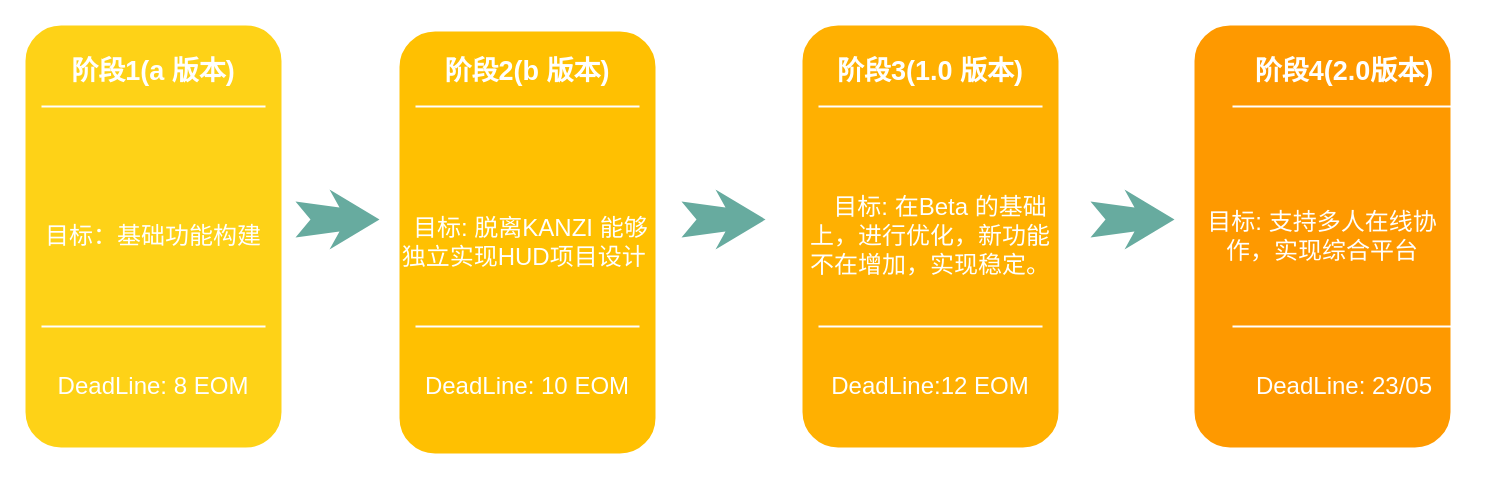
The draw.io diagram 版本规划.drawio in Evan2698/WorkFlowItem, before the edit. Source tidied: cells renumbered, new cells numbered last; positions are measured from the earlier drawing's top-left corner, leaving out a move shared by most shapes. Both pictures are drawn from the tidied source at 100%, with x=0, y=0 at pixel (21, 21).
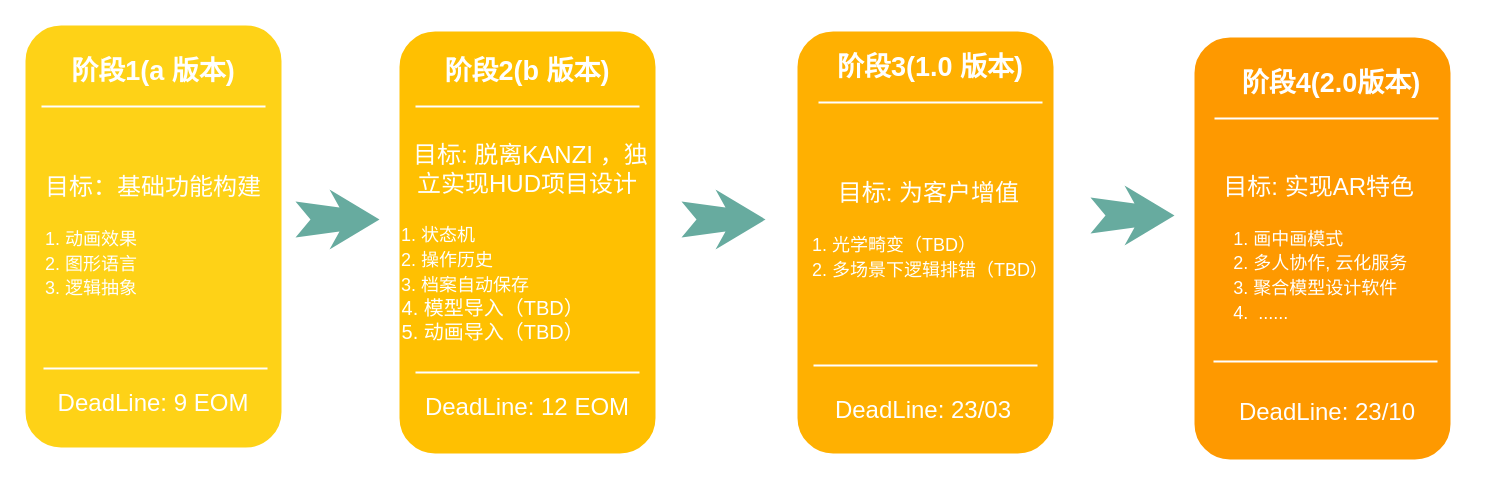
The same page after the edit.

Commit message:
更新版本规划.drawio

What changed in the source:
```diff
@@
-    <mxCell id="2" value="&lt;font color=&quot;#ffffff&quot; style=&quot;font-size: 24px;&quot;&gt;目标：基础功能构建&lt;/font&gt;" style="whiteSpace=wrap;html=1;rounded=1;shadow=0;strokeWidth=8;fontSize=20;align=center;fillColor=#FED217;strokeColor=#FFFFFF;" parent="1" vertex="1">
+    <mxCell id="2" value="&lt;font color=&quot;#ffffff&quot; style=&quot;&quot;&gt;&lt;span style=&quot;font-size: 24px;&quot;&gt;目标：基础功能构建&lt;br&gt;&lt;/span&gt;&lt;br&gt;&lt;div style=&quot;text-align: left;&quot;&gt;&lt;span style=&quot;background-color: initial;&quot;&gt;&lt;font style=&quot;font-size: 18px;&quot;&gt;1. 动画效果&lt;/font&gt;&lt;/span&gt;&lt;/div&gt;&lt;div style=&quot;text-align: left;&quot;&gt;&lt;span style=&quot;background-color: initial;&quot;&gt;&lt;font style=&quot;font-size: 18px;&quot;&gt;2. 图形语言&lt;/font&gt;&lt;/span&gt;&lt;/div&gt;&lt;div style=&quot;text-align: left;&quot;&gt;&lt;span style=&quot;background-color: initial;&quot;&gt;&lt;font style=&quot;font-size: 18px;&quot;&gt;3. 逻辑抽象&lt;/font&gt;&lt;/span&gt;&lt;/div&gt;&lt;/font&gt;" style="whiteSpace=wrap;html=1;rounded=1;shadow=0;strokeWidth=8;fontSize=20;align=center;fillColor=#FED217;strokeColor=#FFFFFF;" parent="1" vertex="1">
       <mxGeometry width="264" height="430" as="geometry" />
     </mxCell>
@@
-    <mxCell id="4" value="&lt;font style=&quot;font-size: 24px;&quot;&gt;DeadLine: 8 EOM&lt;/font&gt;" style="text;html=1;strokeColor=none;fillColor=none;align=center;verticalAlign=middle;whiteSpace=wrap;rounded=0;shadow=0;fontSize=14;fontColor=#FFFFFF;" parent="1" vertex="1">
-      <mxGeometry y="320" width="264" height="90" as="geometry" />
+    <mxCell id="4" value="&lt;font style=&quot;font-size: 24px;&quot;&gt;DeadLine: 9 EOM&lt;/font&gt;" style="text;html=1;strokeColor=none;fillColor=none;align=center;verticalAlign=middle;whiteSpace=wrap;rounded=0;shadow=0;fontSize=14;fontColor=#FFFFFF;" parent="1" vertex="1">
+      <mxGeometry y="349" width="264" height="65" as="geometry" />
     </mxCell>
@@
     <mxCell id="6" style="line;strokeWidth=2;html=1;rounded=0;shadow=0;fontSize=27;align=center;fillColor=none;strokeColor=#FFFFFF;" parent="1" vertex="1">
-      <mxGeometry x="20" y="300" width="224" height="10" as="geometry" />
+      <mxGeometry x="22" y="342" width="224" height="10" as="geometry" />
     </mxCell>
@@
-    <mxCell id="8" value="&lt;font color=&quot;#ffffff&quot; style=&quot;font-size: 24px;&quot;&gt;&amp;nbsp;目标: 脱离KANZI 能够独立实现HUD项目设计&amp;nbsp;&lt;/font&gt;" style="whiteSpace=wrap;html=1;rounded=1;shadow=0;strokeWidth=8;fontSize=20;align=center;fillColor=#FFC001;strokeColor=#FFFFFF;" parent="1" vertex="1">
+    <mxCell id="8" value="&lt;font color=&quot;#ffffff&quot; style=&quot;&quot;&gt;&lt;span style=&quot;font-size: 24px;&quot;&gt;&amp;nbsp;目标: 脱离KANZI ，独立实现HUD项目设计&lt;br&gt;&lt;/span&gt;&lt;br&gt;&lt;div style=&quot;text-align: left;&quot;&gt;&lt;span style=&quot;font-size: 18px; background-color: initial;&quot;&gt;&amp;nbsp;1. 状态机&lt;/span&gt;&lt;/div&gt;&lt;div style=&quot;text-align: left;&quot;&gt;&lt;span style=&quot;font-size: 18px; background-color: initial;&quot;&gt;&amp;nbsp;2. 操作历史&lt;/span&gt;&lt;/div&gt;&lt;div style=&quot;text-align: left;&quot;&gt;&lt;span style=&quot;font-size: 18px; background-color: initial;&quot;&gt;&amp;nbsp;3. 档案自动保存&lt;/span&gt;&lt;/div&gt;&lt;div style=&quot;text-align: left;&quot;&gt;&amp;nbsp;4. 模型导入（TBD）&lt;/div&gt;&lt;div style=&quot;text-align: left;&quot;&gt;&amp;nbsp;5. 动画导入（TBD）&amp;nbsp;&lt;/div&gt;&lt;/font&gt;" style="whiteSpace=wrap;html=1;rounded=1;shadow=0;strokeWidth=8;fontSize=20;align=center;fillColor=#FFC001;strokeColor=#FFFFFF;" parent="1" vertex="1">
       <mxGeometry x="374" y="6" width="264" height="430" as="geometry" />
     </mxCell>
@@
-    <mxCell id="10" value="&lt;span style=&quot;font-size: 24px;&quot;&gt;DeadLine&lt;/span&gt;&lt;span style=&quot;font-size: 24px;&quot;&gt;: 10 EOM&lt;/span&gt;" style="text;html=1;strokeColor=none;fillColor=none;align=center;verticalAlign=middle;whiteSpace=wrap;rounded=0;shadow=0;fontSize=14;fontColor=#FFFFFF;" parent="1" vertex="1">
-      <mxGeometry x="374" y="320" width="264" height="90" as="geometry" />
+    <mxCell id="10" value="&lt;span style=&quot;font-size: 24px;&quot;&gt;DeadLine&lt;/span&gt;&lt;span style=&quot;font-size: 24px;&quot;&gt;: 12 EOM&lt;/span&gt;" style="text;html=1;strokeColor=none;fillColor=none;align=center;verticalAlign=middle;whiteSpace=wrap;rounded=0;shadow=0;fontSize=14;fontColor=#FFFFFF;" parent="1" vertex="1">
+      <mxGeometry x="374" y="359" width="264" height="54" as="geometry" />
     </mxCell>
@@
     <mxCell id="12" style="line;strokeWidth=2;html=1;rounded=0;shadow=0;fontSize=27;align=center;fillColor=none;strokeColor=#FFFFFF;" parent="1" vertex="1">
-      <mxGeometry x="394" y="300" width="224" height="10" as="geometry" />
+      <mxGeometry x="394" y="346" width="224" height="10" as="geometry" />
     </mxCell>
-    <mxCell id="13" value="&lt;font color=&quot;#ffffff&quot; style=&quot;font-size: 24px;&quot;&gt;&amp;nbsp; &amp;nbsp;目标: 在Beta 的基础上，进行优化，新功能不在增加，实现稳定。&lt;/font&gt;" style="whiteSpace=wrap;html=1;rounded=1;shadow=0;strokeWidth=8;fontSize=20;align=center;fillColor=#FFB001;strokeColor=#FFFFFF;" parent="1" vertex="1">
-      <mxGeometry x="777" width="264" height="430" as="geometry" />
+    <mxCell id="13" value="&lt;font color=&quot;#ffffff&quot; style=&quot;&quot;&gt;&lt;span style=&quot;font-size: 24px;&quot;&gt;&amp;nbsp;目标: 为客户增值&lt;br&gt;&lt;/span&gt;&lt;br&gt;&lt;div style=&quot;text-align: left;&quot;&gt;&lt;span style=&quot;font-size: 18px; background-color: initial;&quot;&gt;&amp;nbsp; &amp;nbsp;1. 光学畸变（TBD）&lt;/span&gt;&lt;/div&gt;&lt;div style=&quot;text-align: left;&quot;&gt;&lt;span style=&quot;background-color: initial; font-size: 18px;&quot;&gt;&amp;nbsp; &amp;nbsp;2. 多场景下逻辑排错（TBD）&amp;nbsp;&lt;/span&gt;&lt;/div&gt;&lt;div style=&quot;text-align: left;&quot;&gt;&lt;span style=&quot;font-size: 18px;&quot;&gt;&amp;nbsp;&amp;nbsp;&lt;/span&gt;&lt;/div&gt;&lt;/font&gt;" style="whiteSpace=wrap;html=1;rounded=1;shadow=0;strokeWidth=8;fontSize=20;align=center;fillColor=#FFB001;strokeColor=#FFFFFF;" parent="1" vertex="1">
+      <mxGeometry x="772" y="6" width="264" height="430" as="geometry" />
     </mxCell>
     <mxCell id="14" value="阶段3(1.0 版本)" style="text;html=1;strokeColor=none;fillColor=none;align=center;verticalAlign=middle;whiteSpace=wrap;rounded=0;shadow=0;fontSize=27;fontColor=#FFFFFF;fontStyle=1;" parent="1" vertex="1">
-      <mxGeometry x="777" y="20" width="264" height="60" as="geometry" />
+      <mxGeometry x="777" y="16" width="264" height="60" as="geometry" />
     </mxCell>
-    <mxCell id="15" value="&lt;span style=&quot;font-size: 24px;&quot;&gt;DeadLine&lt;/span&gt;&lt;span style=&quot;font-size: 24px;&quot;&gt;:12 EOM&lt;/span&gt;" style="text;html=1;strokeColor=none;fillColor=none;align=center;verticalAlign=middle;whiteSpace=wrap;rounded=0;shadow=0;fontSize=14;fontColor=#FFFFFF;" parent="1" vertex="1">
-      <mxGeometry x="777" y="320" width="264" height="90" as="geometry" />
+    <mxCell id="15" value="&lt;span style=&quot;font-size: 24px;&quot;&gt;DeadLine&lt;/span&gt;&lt;span style=&quot;font-size: 24px;&quot;&gt;: 23/03&lt;/span&gt;" style="text;html=1;strokeColor=none;fillColor=none;align=center;verticalAlign=middle;whiteSpace=wrap;rounded=0;shadow=0;fontSize=14;fontColor=#FFFFFF;" parent="1" vertex="1">
+      <mxGeometry x="770" y="359" width="264" height="60" as="geometry" />
     </mxCell>
     <mxCell id="16" style="line;strokeWidth=2;html=1;rounded=0;shadow=0;fontSize=27;align=center;fillColor=none;strokeColor=#FFFFFF;" parent="1" vertex="1">
-      <mxGeometry x="797" y="80" width="224" height="10" as="geometry" />
+      <mxGeometry x="797" y="76" width="224" height="10" as="geometry" />
     </mxCell>
     <mxCell id="17" style="line;strokeWidth=2;html=1;rounded=0;shadow=0;fontSize=27;align=center;fillColor=none;strokeColor=#FFFFFF;" parent="1" vertex="1">
-      <mxGeometry x="797" y="300" width="224" height="10" as="geometry" />
+      <mxGeometry x="792" y="339" width="224" height="10" as="geometry" />
     </mxCell>
-    <mxCell id="18" value="&lt;font style=&quot;font-size: 24px;&quot; color=&quot;#ffffff&quot;&gt;目标: 支持多人在线协作，实现综合平台&lt;/font&gt;" style="whiteSpace=wrap;html=1;rounded=1;shadow=0;strokeWidth=8;fontSize=20;align=center;fillColor=#FE9900;strokeColor=#FFFFFF;" parent="1" vertex="1">
-      <mxGeometry x="1169" width="264" height="430" as="geometry" />
+    <mxCell id="18" value="&lt;font style=&quot;&quot; color=&quot;#ffffff&quot;&gt;&lt;span style=&quot;font-size: 24px;&quot;&gt;目标: 实现AR特色&amp;nbsp;&lt;/span&gt;&lt;br&gt;&lt;br&gt;&lt;div style=&quot;text-align: left;&quot;&gt;&lt;span style=&quot;font-size: 18px; background-color: initial;&quot;&gt;&amp;nbsp; 1. 画中画模式&lt;/span&gt;&lt;/div&gt;&lt;div style=&quot;text-align: left;&quot;&gt;&lt;span style=&quot;font-size: 18px; background-color: initial;&quot;&gt;&amp;nbsp; 2. 多人协作, 云化服务&lt;/span&gt;&lt;/div&gt;&lt;div style=&quot;text-align: left;&quot;&gt;&lt;span style=&quot;font-size: 18px; background-color: initial;&quot;&gt;&amp;nbsp; 3. 聚合模型设计软件&lt;/span&gt;&lt;/div&gt;&lt;div style=&quot;text-align: left;&quot;&gt;&lt;span style=&quot;font-size: 18px; background-color: initial;&quot;&gt;&amp;nbsp; 4.&amp;nbsp; ......&lt;/span&gt;&lt;/div&gt;&lt;/font&gt;" style="whiteSpace=wrap;html=1;rounded=1;shadow=0;strokeWidth=8;fontSize=20;align=center;fillColor=#FE9900;strokeColor=#FFFFFF;" parent="1" vertex="1">
+      <mxGeometry x="1169" y="12" width="264" height="430" as="geometry" />
     </mxCell>
     <mxCell id="19" value="阶段4(2.0版本)" style="text;html=1;strokeColor=none;fillColor=none;align=center;verticalAlign=middle;whiteSpace=wrap;rounded=0;shadow=0;fontSize=27;fontColor=#FFFFFF;fontStyle=1;" parent="1" vertex="1">
-      <mxGeometry x="1191" y="20" width="264" height="60" as="geometry" />
+      <mxGeometry x="1178" y="32" width="264" height="60" as="geometry" />
     </mxCell>
-    <mxCell id="20" value="&lt;span style=&quot;font-size: 24px;&quot;&gt;DeadLine&lt;/span&gt;&lt;span style=&quot;font-size: 24px;&quot;&gt;: 23/05&lt;/span&gt;" style="text;html=1;strokeColor=none;fillColor=none;align=center;verticalAlign=middle;whiteSpace=wrap;rounded=0;shadow=0;fontSize=14;fontColor=#FFFFFF;" parent="1" vertex="1">
-      <mxGeometry x="1191" y="320" width="264" height="90" as="geometry" />
+    <mxCell id="20" value="&lt;span style=&quot;font-size: 24px;&quot;&gt;DeadLine&lt;/span&gt;&lt;span style=&quot;font-size: 24px;&quot;&gt;: 23/10&lt;/span&gt;" style="text;html=1;strokeColor=none;fillColor=none;align=center;verticalAlign=middle;whiteSpace=wrap;rounded=0;shadow=0;fontSize=14;fontColor=#FFFFFF;" parent="1" vertex="1">
+      <mxGeometry x="1174" y="364" width="264" height="54" as="geometry" />
     </mxCell>
     <mxCell id="21" style="line;strokeWidth=2;html=1;rounded=0;shadow=0;fontSize=27;align=center;fillColor=none;strokeColor=#FFFFFF;" parent="1" vertex="1">
-      <mxGeometry x="1211" y="80" width="224" height="10" as="geometry" />
+      <mxGeometry x="1193" y="92" width="224" height="10" as="geometry" />
     </mxCell>
     <mxCell id="22" style="line;strokeWidth=2;html=1;rounded=0;shadow=0;fontSize=27;align=center;fillColor=none;strokeColor=#FFFFFF;" parent="1" vertex="1">
-      <mxGeometry x="1211" y="300" width="224" height="10" as="geometry" />
+      <mxGeometry x="1192" y="335" width="224" height="10" as="geometry" />
     </mxCell>
@@
     <mxCell id="24" style="html=1;shadow=0;dashed=0;align=center;verticalAlign=middle;shape=mxgraph.arrows2.stylisedArrow;dy=0.6;dx=40;notch=15;feather=0.4;rounded=0;strokeWidth=1;fontSize=27;strokeColor=none;fillColor=#67AB9F;" parent="1" vertex="1">
-      <mxGeometry x="1069" y="168" width="84" height="60" as="geometry" />
+      <mxGeometry x="1069" y="164" width="84" height="60" as="geometry" />
     </mxCell>
```
